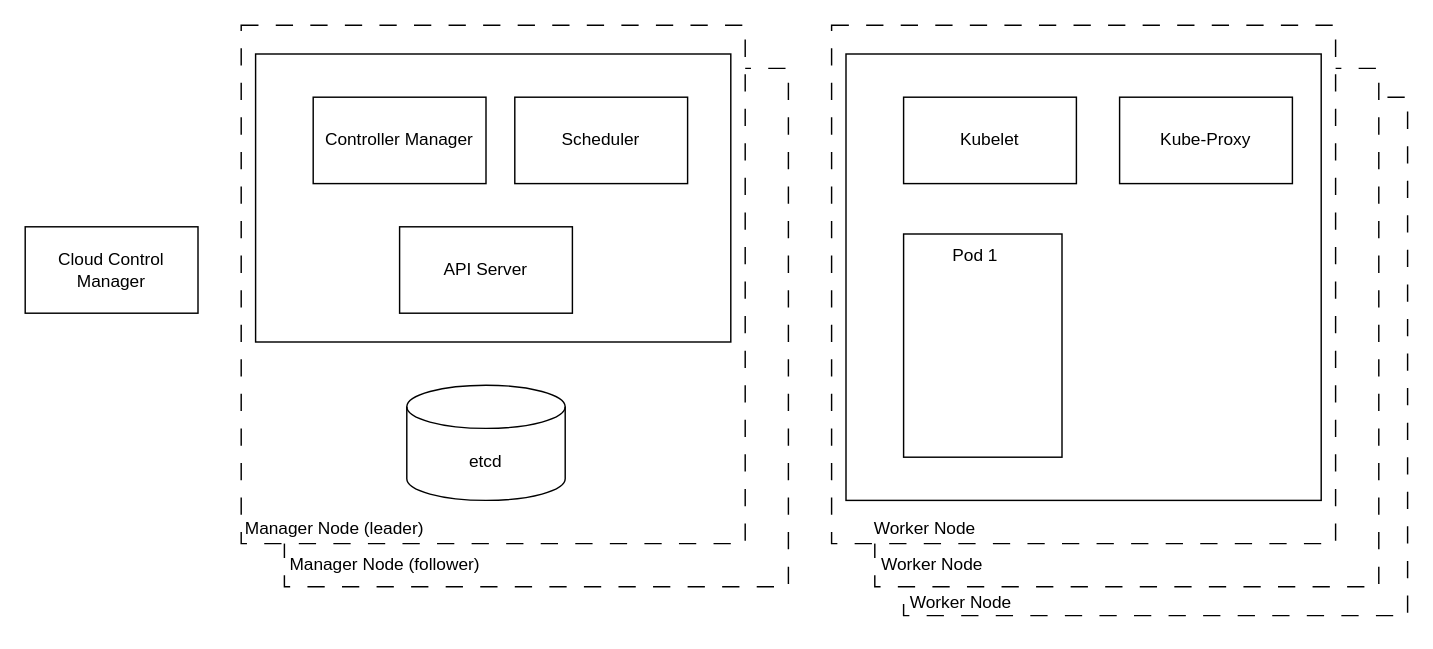
Above: KubernetesArchitecture.drawio in jayanthkmr/architecture-diagrams (draw.io), before the change. Source tidied: cells renumbered, new cells numbered last; positions are measured from the earlier drawing's top-left corner, leaving out a move shared by most shapes. Both pictures are drawn from the tidied source at 144%, with x=0, y=0 at pixel (24, 24).
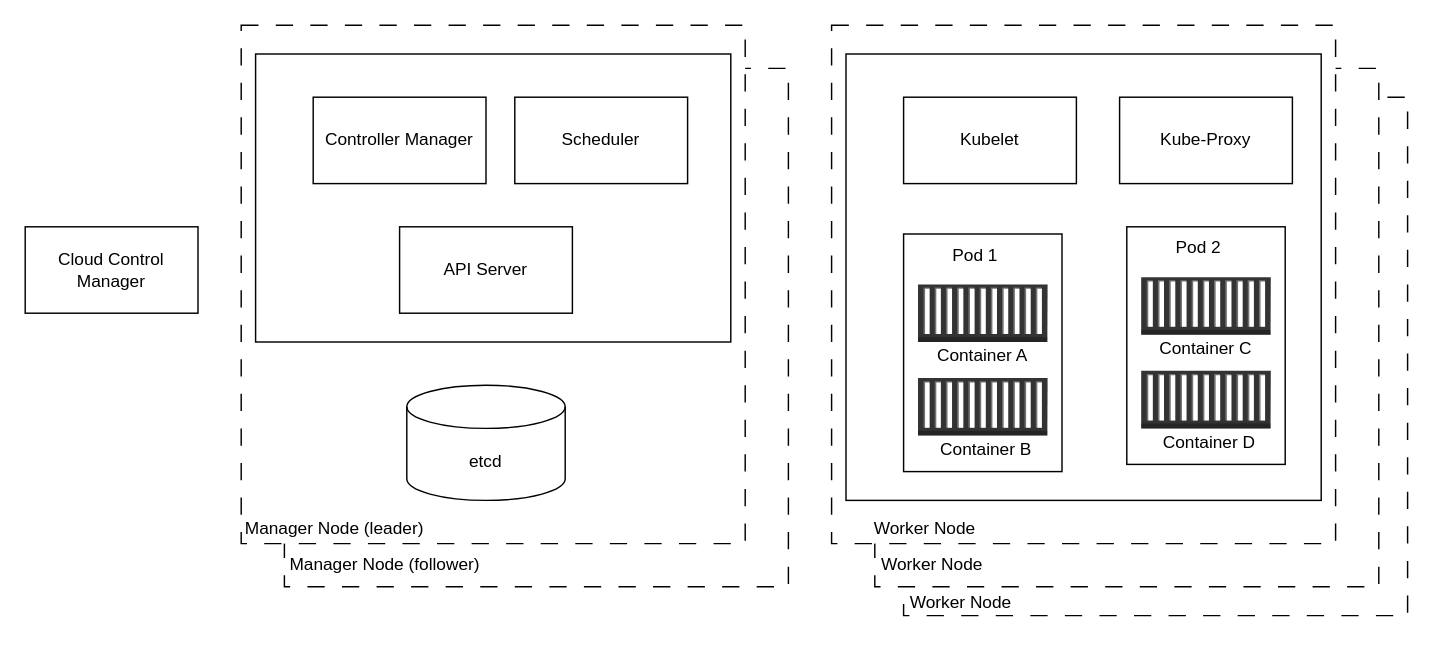
The same diagram, later.

The edit, as a diff of the source:
```diff
@@
     <mxCell id="18" style="rounded=0;whiteSpace=wrap;html=1;" parent="1" vertex="1">
-      <mxGeometry x="610" y="145" width="110" height="155" as="geometry" />
+      <mxGeometry x="610" y="145" width="110" height="165" as="geometry" />
     </mxCell>
@@
+    <mxCell id="23" style="dashed=0;verticalLabelPosition=bottom;verticalAlign=top;align=center;html=1;shape=mxgraph.aws3.ec2_compute_container;fillColor=#333333;gradientColor=none;" parent="1" vertex="1">
+      <mxGeometry x="620" y="180" width="90" height="40" as="geometry" />
+    </mxCell>
+    <mxCell id="24" style="dashed=0;verticalLabelPosition=bottom;verticalAlign=top;align=center;html=1;shape=mxgraph.aws3.ec2_compute_container;fillColor=#333333;gradientColor=none;" parent="1" vertex="1">
+      <mxGeometry x="620" y="245" width="90" height="40" as="geometry" />
+    </mxCell>
+    <mxCell id="25" value="Container A" style="text;html=1;align=center;verticalAlign=middle;whiteSpace=wrap;rounded=0;" parent="1" vertex="1">
+      <mxGeometry x="630" y="215" width="70" height="30" as="geometry" />
+    </mxCell>
+    <mxCell id="26" value="Container B" style="text;html=1;align=center;verticalAlign=middle;whiteSpace=wrap;rounded=0;" parent="1" vertex="1">
+      <mxGeometry x="630" y="280" width="75" height="30" as="geometry" />
+    </mxCell>
+    <mxCell id="27" style="rounded=0;whiteSpace=wrap;html=1;" parent="1" vertex="1">
+      <mxGeometry x="765" y="140" width="110" height="165" as="geometry" />
+    </mxCell>
+    <mxCell id="28" value="Pod 2" style="text;html=1;align=center;verticalAlign=middle;whiteSpace=wrap;rounded=0;" parent="1" vertex="1">
+      <mxGeometry x="785" y="140" width="60" height="30" as="geometry" />
+    </mxCell>
+    <mxCell id="29" style="dashed=0;verticalLabelPosition=bottom;verticalAlign=top;align=center;html=1;shape=mxgraph.aws3.ec2_compute_container;fillColor=#333333;gradientColor=none;" parent="1" vertex="1">
+      <mxGeometry x="775" y="175" width="90" height="40" as="geometry" />
+    </mxCell>
+    <mxCell id="30" style="dashed=0;verticalLabelPosition=bottom;verticalAlign=top;align=center;html=1;shape=mxgraph.aws3.ec2_compute_container;fillColor=#333333;gradientColor=none;" parent="1" vertex="1">
+      <mxGeometry x="775" y="240" width="90" height="40" as="geometry" />
+    </mxCell>
+    <mxCell id="31" value="Container C" style="text;html=1;align=center;verticalAlign=middle;whiteSpace=wrap;rounded=0;" parent="1" vertex="1">
+      <mxGeometry x="785" y="210" width="70" height="30" as="geometry" />
+    </mxCell>
+    <mxCell id="32" value="Container D" style="text;html=1;align=center;verticalAlign=middle;whiteSpace=wrap;rounded=0;" parent="1" vertex="1">
+      <mxGeometry x="785" y="275" width="75" height="30" as="geometry" />
+    </mxCell>
```
